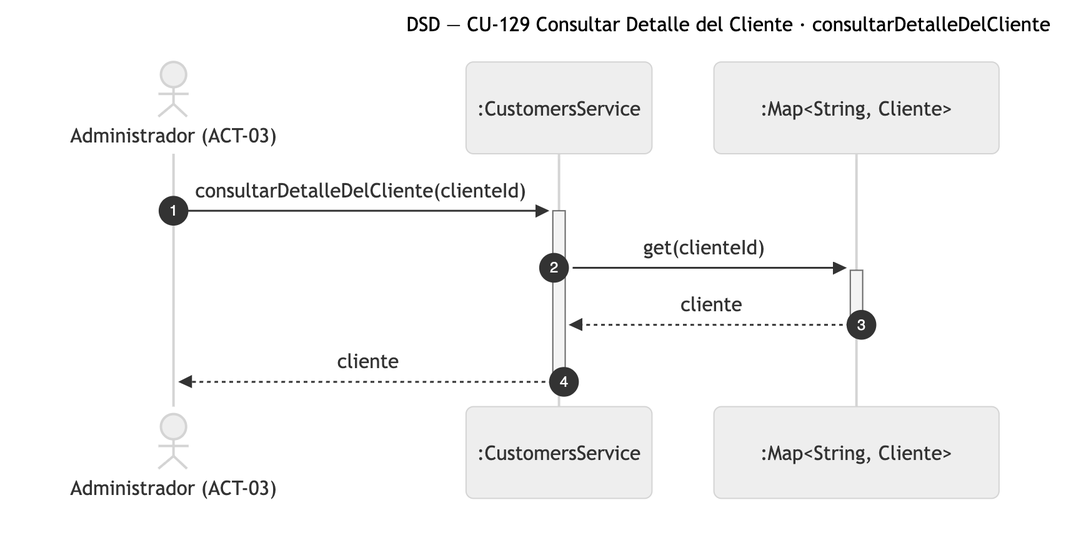
Above: diagramas/png/DSD_CU-129_consultarDetalleDelCliente.png in Nahuelito-Dev/splg-docs (Mermaid), before the change. Its source is kept beside it as diagramas/DSD_CU-129_consultarDetalleDelCliente.mmd.
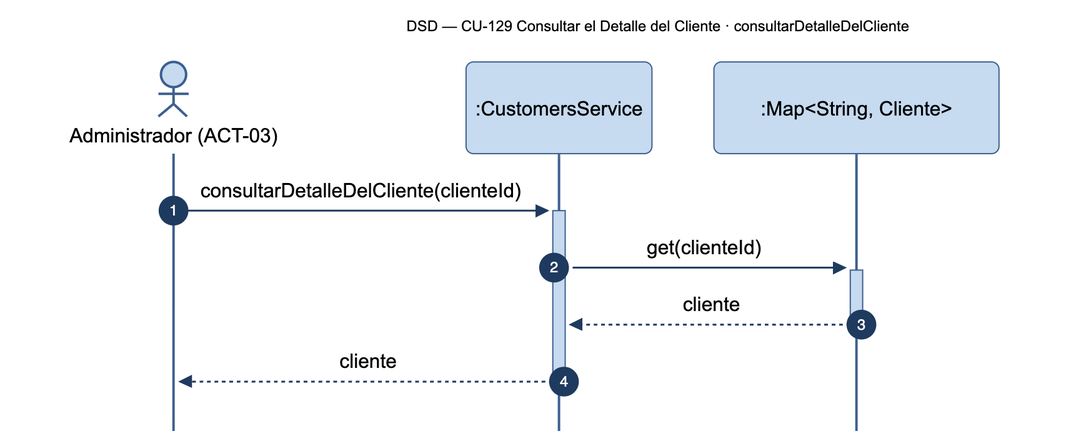
The same file after the commit.

The edit, as a diff of the source:
```diff
@@ -1,5 +1,5 @@
 sequenceDiagram
-    title DSD — CU-129 Consultar Detalle del Cliente · consultarDetalleDelCliente
+    title DSD — CU-129 Consultar el Detalle del Cliente · consultarDetalleDelCliente
     autonumber
     actor ADM as Administrador (ACT-03)
     participant SRV as :CustomersService
```
